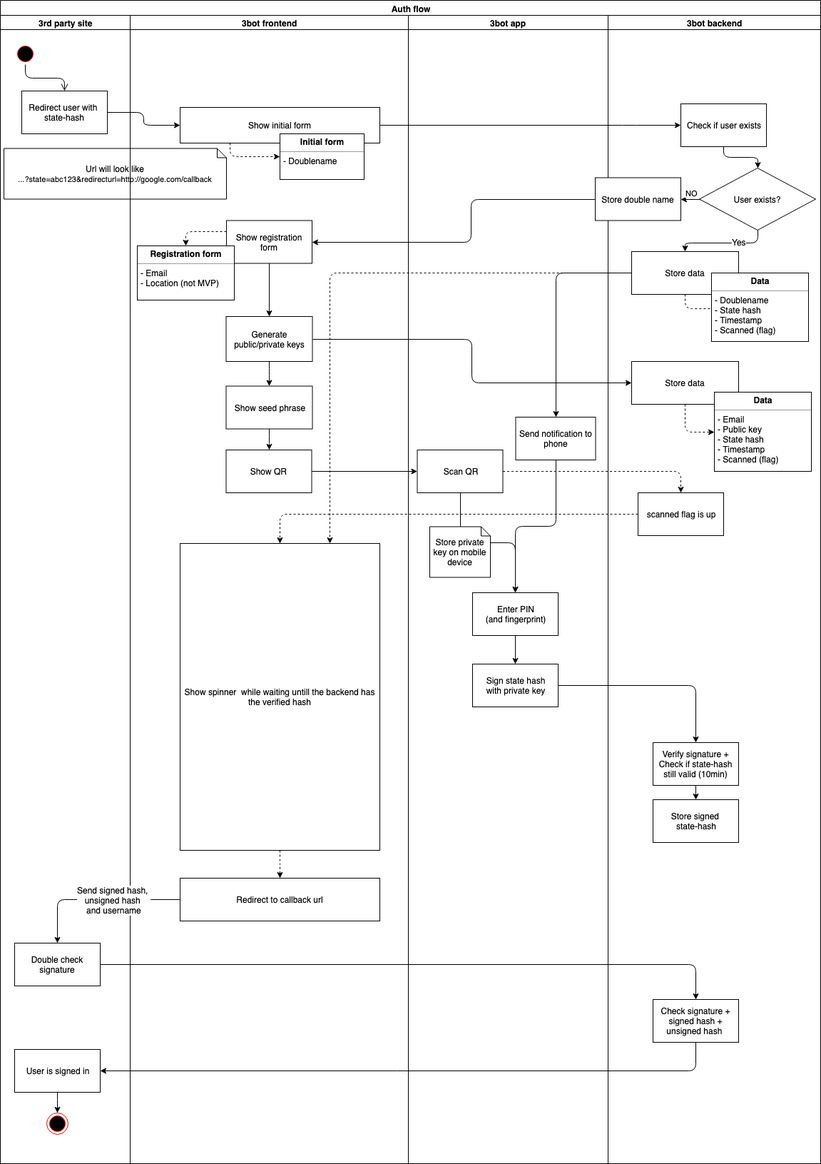
Before: docs/images/Scheme.png, a diagram exported from draw.io (3botlogin/3botlogin). Source tidied: cells renumbered, new cells last; positions are measured from the earlier drawing's top-left corner, leaving out a move shared by most shapes.
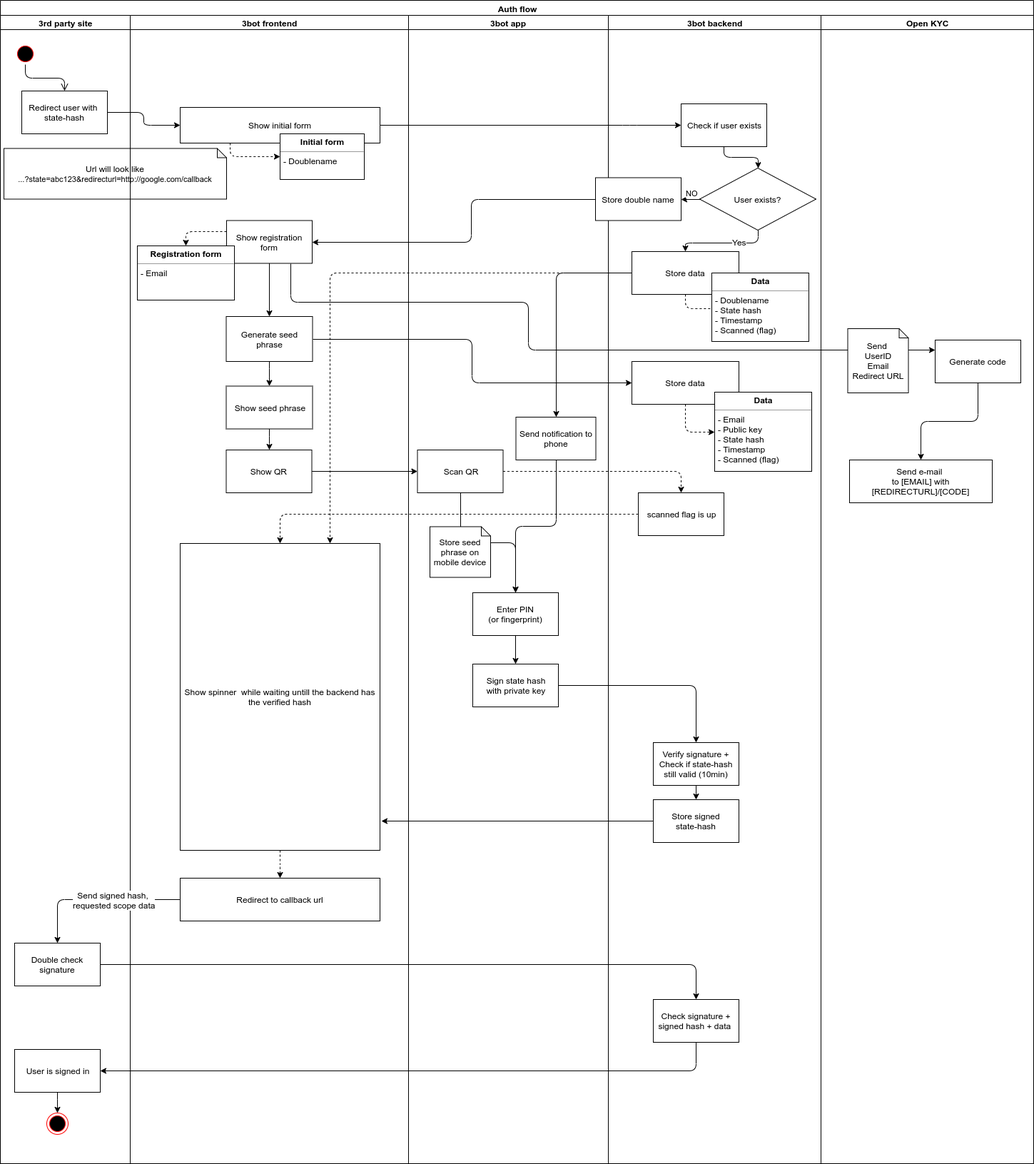
After the commit.

Diff of the diagram source:
```diff
@@ -3,7 +3,7 @@
     <mxCell id="0" />
     <mxCell id="1" parent="0" />
     <mxCell id="2" value="Auth flow" style="swimlane;html=1;startSize=21;whiteSpace=wrap;" parent="1" vertex="1">
-      <mxGeometry width="1150" height="1630" as="geometry" />
+      <mxGeometry width="1448" height="1630" as="geometry" />
     </mxCell>
     <mxCell id="3" value="3rd&amp;nbsp;party site" style="swimlane;html=1;startSize=20;" parent="2" vertex="1">
       <mxGeometry y="21" width="182" height="1609" as="geometry" />
@@ -51,7 +51,7 @@
     <mxCell id="16" style="edgeStyle=orthogonalEdgeStyle;rounded=1;jettySize=auto;html=1;strokeColor=#000000;" parent="12" edge="1" source="17" target="19">
       <mxGeometry relative="1" as="geometry" />
     </mxCell>
-    <mxCell id="17" value="Generate public/private keys&lt;br style=&quot;font-size: 7px&quot;&gt;" style="html=1;glass=0;strokeColor=#000000;fillColor=#FFFFFF;whiteSpace=wrap;" parent="12" vertex="1">
+    <mxCell id="17" value="Generate seed phrase" style="html=1;glass=0;strokeColor=#000000;fillColor=#FFFFFF;whiteSpace=wrap;" parent="12" vertex="1">
       <mxGeometry x="134.5" y="422" width="121" height="63" as="geometry" />
     </mxCell>
     <mxCell id="18" style="edgeStyle=orthogonalEdgeStyle;rounded=1;jettySize=auto;html=1;" parent="12" edge="1" source="19" target="20">
@@ -81,7 +81,7 @@
     <mxCell id="26" value="Show registration form" style="rounded=0;whiteSpace=wrap;html=1;" parent="12" vertex="1">
       <mxGeometry x="135" y="287.5" width="120" height="60" as="geometry" />
     </mxCell>
-    <mxCell id="27" value="&lt;p style=&quot;margin: 0px ; margin-top: 4px ; text-align: center&quot;&gt;&lt;b&gt;Registration form&lt;/b&gt;&lt;/p&gt;&lt;hr size=&quot;1&quot;&gt;&lt;p style=&quot;margin: 0px ; margin-left: 4px&quot;&gt;&lt;span&gt;- Email&lt;/span&gt;&lt;br&gt;&lt;/p&gt;&lt;p style=&quot;margin: 0px ; margin-left: 4px&quot;&gt;- Location (not MVP)&lt;/p&gt;" style="verticalAlign=top;align=left;overflow=fill;fontSize=12;fontFamily=Helvetica;html=1;glass=0;strokeColor=#000000;fillColor=#FFFFFF;" parent="12" vertex="1">
+    <mxCell id="27" value="&lt;p style=&quot;margin: 0px ; margin-top: 4px ; text-align: center&quot;&gt;&lt;b&gt;Registration form&lt;/b&gt;&lt;/p&gt;&lt;hr size=&quot;1&quot;&gt;&lt;p style=&quot;margin: 0px ; margin-left: 4px&quot;&gt;&lt;span&gt;- Email&lt;/span&gt;&lt;/p&gt;" style="verticalAlign=top;align=left;overflow=fill;fontSize=12;fontFamily=Helvetica;html=1;glass=0;strokeColor=#000000;fillColor=#FFFFFF;" parent="12" vertex="1">
       <mxGeometry x="10" y="323" width="136" height="76" as="geometry" />
     </mxCell>
     <mxCell id="28" value="3bot app" style="swimlane;html=1;startSize=20;" parent="2" vertex="1">
@@ -96,10 +96,10 @@
     <mxCell id="31" style="edgeStyle=orthogonalEdgeStyle;rounded=1;jettySize=auto;html=1;entryX=0.5;entryY=0;entryDx=0;entryDy=0;strokeColor=#000000;" parent="28" edge="1" source="32" target="34">
       <mxGeometry relative="1" as="geometry" />
     </mxCell>
-    <mxCell id="32" value="Enter PIN&lt;br&gt;(and fingerprint)&lt;br&gt;" style="rounded=0;whiteSpace=wrap;html=1;glass=0;strokeColor=#000000;fillColor=#FFFFFF;" parent="28" vertex="1">
+    <mxCell id="32" value="Enter PIN&lt;br&gt;(or fingerprint)" style="rounded=0;whiteSpace=wrap;html=1;glass=0;strokeColor=#000000;fillColor=#FFFFFF;" parent="28" vertex="1">
       <mxGeometry x="90" y="809" width="120" height="60" as="geometry" />
     </mxCell>
-    <mxCell id="33" value="Store private key on mobile device" style="shape=note;whiteSpace=wrap;html=1;backgroundOutline=1;darkOpacity=0.05;glass=0;strokeColor=#000000;fillColor=#FFFFFF;size=13;" parent="28" vertex="1">
+    <mxCell id="33" value="Store seed phrase on mobile device" style="shape=note;whiteSpace=wrap;html=1;backgroundOutline=1;darkOpacity=0.05;glass=0;strokeColor=#000000;fillColor=#FFFFFF;size=13;" parent="28" vertex="1">
       <mxGeometry x="30" y="716.5" width="85" height="71" as="geometry" />
     </mxCell>
     <mxCell id="34" value="Sign state hash&lt;br&gt;with private key&lt;br&gt;" style="rounded=0;whiteSpace=wrap;html=1;glass=0;strokeColor=#000000;fillColor=#FFFFFF;" parent="28" vertex="1">
@@ -123,7 +123,7 @@
     <mxCell id="40" style="edgeStyle=orthogonalEdgeStyle;rounded=1;jettySize=auto;html=1;strokeColor=#000000;" parent="2" edge="1" source="23" target="6">
       <mxGeometry relative="1" as="geometry" />
     </mxCell>
-    <mxCell id="41" value="Send signed hash, &lt;br&gt;unsigned hash&amp;nbsp;&lt;br&gt;and username&lt;br&gt;" style="text;html=1;align=center;verticalAlign=middle;labelBackgroundColor=#ffffff;" parent="40" vertex="1">
+    <mxCell id="41" value="Send signed hash, &lt;br&gt;requested scope data" style="text;html=1;align=center;verticalAlign=middle;labelBackgroundColor=#ffffff;" parent="40" vertex="1">
       <mxGeometry x="-0.21" relative="1" as="geometry" />
     </mxCell>
     <mxCell id="42" style="edgeStyle=orthogonalEdgeStyle;rounded=1;jettySize=auto;html=1;strokeColor=#000000;" parent="2" edge="1" source="6" target="58">
@@ -188,7 +188,7 @@
     <mxCell id="57" value="scanned flag is up" style="rounded=0;whiteSpace=wrap;html=1;glass=0;strokeColor=#000000;fillColor=#FFFFFF;" parent="51" vertex="1">
       <mxGeometry x="42" y="669" width="120" height="60" as="geometry" />
     </mxCell>
-    <mxCell id="58" value="Check signature + signed hash + unsigned hash&amp;nbsp;" style="rounded=0;whiteSpace=wrap;html=1;glass=0;strokeColor=#000000;fillColor=#FFFFFF;" parent="51" vertex="1">
+    <mxCell id="58" value="Check signature + signed hash + data&amp;nbsp;" style="rounded=0;whiteSpace=wrap;html=1;glass=0;strokeColor=#000000;fillColor=#FFFFFF;" parent="51" vertex="1">
       <mxGeometry x="63" y="1379" width="120" height="60" as="geometry" />
     </mxCell>
     <mxCell id="59" value="User exists?" style="rhombus;whiteSpace=wrap;html=1;fillColor=#FFFFFF;strokeColor=#000000;glass=0;" parent="51" vertex="1">
@@ -236,5 +236,32 @@
         <mxPoint x="2.5" y="-3.5" as="offset" />
       </mxGeometry>
     </mxCell>
+    <mxCell id="70" style="edgeStyle=orthogonalEdgeStyle;rounded=0;jettySize=auto;html=1;entryX=1.008;entryY=0.904;entryDx=0;entryDy=0;entryPerimeter=0;" parent="2" edge="1" source="56" target="22">
+      <mxGeometry relative="1" as="geometry" />
+    </mxCell>
+    <mxCell id="71" style="edgeStyle=orthogonalEdgeStyle;rounded=1;jettySize=auto;html=1;exitX=0.75;exitY=1;exitDx=0;exitDy=0;" parent="2" edge="1" source="26" target="75">
+      <mxGeometry relative="1" as="geometry">
+        <Array as="points">
+          <mxPoint x="407" y="423" />
+          <mxPoint x="740" y="423" />
+          <mxPoint x="740" y="490" />
+        </Array>
+      </mxGeometry>
+    </mxCell>
+    <mxCell id="72" value="Open KYC&lt;br&gt;" style="swimlane;html=1;startSize=20;" parent="2" vertex="1">
+      <mxGeometry x="1150" y="21" width="298" height="1609" as="geometry" />
+    </mxCell>
+    <mxCell id="73" value="Send e-mail &lt;br&gt;to [EMAIL] with [REDIRECTURL]/[CODE]&lt;br&gt;" style="rounded=0;whiteSpace=wrap;html=1;glass=0;strokeColor=#000000;fillColor=#FFFFFF;" parent="72" vertex="1">
+      <mxGeometry x="40" y="623" width="200" height="60" as="geometry" />
+    </mxCell>
+    <mxCell id="74" style="edgeStyle=orthogonalEdgeStyle;rounded=1;jettySize=auto;html=1;" parent="72" edge="1" source="75" target="73">
+      <mxGeometry relative="1" as="geometry" />
+    </mxCell>
+    <mxCell id="75" value="Generate code" style="rounded=0;whiteSpace=wrap;html=1;glass=0;strokeColor=#000000;fillColor=#FFFFFF;" parent="72" vertex="1">
+      <mxGeometry x="160" y="455" width="120" height="60" as="geometry" />
+    </mxCell>
+    <mxCell id="76" value="Send&amp;nbsp;&lt;br&gt;UserID&lt;br&gt;Email&lt;br&gt;Redirect URL&lt;br&gt;" style="shape=note;whiteSpace=wrap;html=1;backgroundOutline=1;darkOpacity=0.05;glass=0;strokeColor=#000000;fillColor=#FFFFFF;size=13;" parent="72" vertex="1">
+      <mxGeometry x="37.5" y="439" width="85" height="90" as="geometry" />
+    </mxCell>
   </root>
 </mxGraphModel>
```
